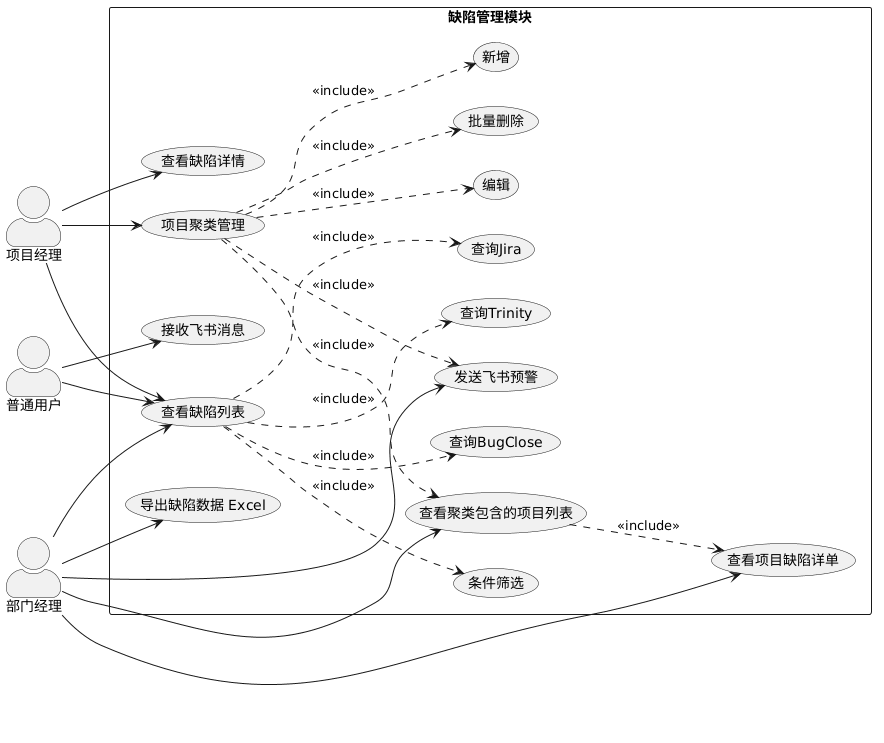
Moon-Knight1/SEU-Graduation-Thesis-Template keeps this PlantUML diagram as imgs/usecase/缺陷管理用例图.png. Above is the earlier version. Its diagram source:
```plantuml
@startuml
left to right direction
skinparam packageStyle rectangle
skinparam actorStyle awesome

actor "项目经理" as SPM
actor "部门经理" as PMO
actor "普通用户" as User

package "缺陷管理模块" {

    usecase "查看缺陷列表" as ViewBugList
    usecase "查询Trinity" as UC_QueryTrinity
    usecase "查询Jira" as UC_QueryJira
    usecase "查询BugClose" as UC_QueryBugClose
    usecase "导出缺陷数据 Excel" as ExportExcel
    usecase "条件筛选" as Filters

    usecase "查看缺陷详情" as ViewBugDetail

    usecase "项目聚类管理" as ProjectCluster
    usecase "新增" as AddProjectCluster
    usecase "编辑" as EditProjectCluster
    usecase "批量删除" as BatchDeleteProjectCluster
    usecase "查看聚类包含的项目列表" as ProjectClusterProjectDetail
    usecase "查看项目缺陷详单" as ProjectClusterBugDetail
    usecase "发送飞书预警" as ProjectClusterFeishu
    usecase "接收飞书消息" as ReceiveFeishu
}

SPM --> ViewBugList
SPM --> ViewBugDetail
SPM--> ProjectCluster
PMO --> ViewBugList
PMO --> ProjectClusterProjectDetail
PMO --> ProjectClusterBugDetail
PMO --> ProjectClusterFeishu
PMO --> ExportExcel
User --> ReceiveFeishu
User --> ViewBugList

ViewBugList ..> UC_QueryTrinity : <<include>>
ViewBugList ..> UC_QueryJira : <<include>>
ViewBugList ..> UC_QueryBugClose : <<include>>
ViewBugList ..> Filters : <<include>>

ProjectCluster ..> AddProjectCluster : <<include>>
ProjectCluster ..> EditProjectCluster : <<include>>
ProjectCluster ..> BatchDeleteProjectCluster : <<include>>
ProjectCluster ..> ProjectClusterProjectDetail : <<include>>
ProjectClusterProjectDetail ..> ProjectClusterBugDetail : <<include>>
ProjectCluster ..> ProjectClusterFeishu : <<include>>
@enduml
```
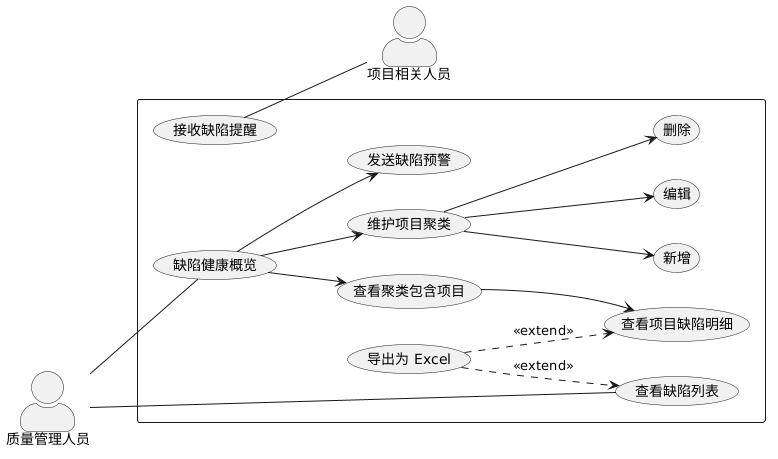
After the change.

Diff of the diagram source:
```diff
@@ -3,51 +3,38 @@
 skinparam packageStyle rectangle
 skinparam actorStyle awesome
 
-actor "项目经理" as SPM
-actor "部门经理" as PMO
-actor "普通用户" as User
+actor "质量管理人员" as PMO
+actor "项目相关人员" as User
 
-package "缺陷管理模块" {
+package {
 
     usecase "查看缺陷列表" as ViewBugList
-    usecase "查询Trinity" as UC_QueryTrinity
-    usecase "查询Jira" as UC_QueryJira
-    usecase "查询BugClose" as UC_QueryBugClose
-    usecase "导出缺陷数据 Excel" as ExportExcel
-    usecase "条件筛选" as Filters
+    usecase "导出为 Excel" as ExportExcel
 
-    usecase "查看缺陷详情" as ViewBugDetail
-
-    usecase "项目聚类管理" as ProjectCluster
+    usecase "缺陷健康概览" as ProjectCluster
+    usecase "维护项目聚类" as MaintainProjectCluster
     usecase "新增" as AddProjectCluster
     usecase "编辑" as EditProjectCluster
-    usecase "批量删除" as BatchDeleteProjectCluster
-    usecase "查看聚类包含的项目列表" as ProjectClusterProjectDetail
-    usecase "查看项目缺陷详单" as ProjectClusterBugDetail
-    usecase "发送飞书预警" as ProjectClusterFeishu
-    usecase "接收飞书消息" as ReceiveFeishu
+    usecase "删除" as BatchDeleteProjectCluster
+    usecase "查看聚类包含项目" as ProjectClusterProjectDetail
+    usecase "查看项目缺陷明细" as ProjectClusterBugDetail
+    usecase "发送缺陷预警" as ProjectClusterFeishu
+    usecase "接收缺陷提醒" as ReceiveFeishu
 }
 
-SPM --> ViewBugList
-SPM --> ViewBugDetail
-SPM--> ProjectCluster
-PMO --> ViewBugList
-PMO --> ProjectClusterProjectDetail
-PMO --> ProjectClusterBugDetail
-PMO --> ProjectClusterFeishu
-PMO --> ExportExcel
-User --> ReceiveFeishu
-User --> ViewBugList
 
-ViewBugList ..> UC_QueryTrinity : <<include>>
-ViewBugList ..> UC_QueryJira : <<include>>
-ViewBugList ..> UC_QueryBugClose : <<include>>
-ViewBugList ..> Filters : <<include>>
+PMO -- ProjectCluster
+PMO -- ViewBugList
+ReceiveFeishu -- User
 
-ProjectCluster ..> AddProjectCluster : <<include>>
-ProjectCluster ..> EditProjectCluster : <<include>>
-ProjectCluster ..> BatchDeleteProjectCluster : <<include>>
-ProjectCluster ..> ProjectClusterProjectDetail : <<include>>
-ProjectClusterProjectDetail ..> ProjectClusterBugDetail : <<include>>
-ProjectCluster ..> ProjectClusterFeishu : <<include>>
+ExportExcel ..> ViewBugList : <<extend>>
+ExportExcel ..> ProjectClusterBugDetail : <<extend>>
+
+ProjectCluster --> MaintainProjectCluster
+MaintainProjectCluster --> AddProjectCluster
+MaintainProjectCluster --> EditProjectCluster
+MaintainProjectCluster --> BatchDeleteProjectCluster
+ProjectCluster --> ProjectClusterProjectDetail
+ProjectClusterProjectDetail --> ProjectClusterBugDetail
+ProjectCluster --> ProjectClusterFeishu
 @enduml
```
